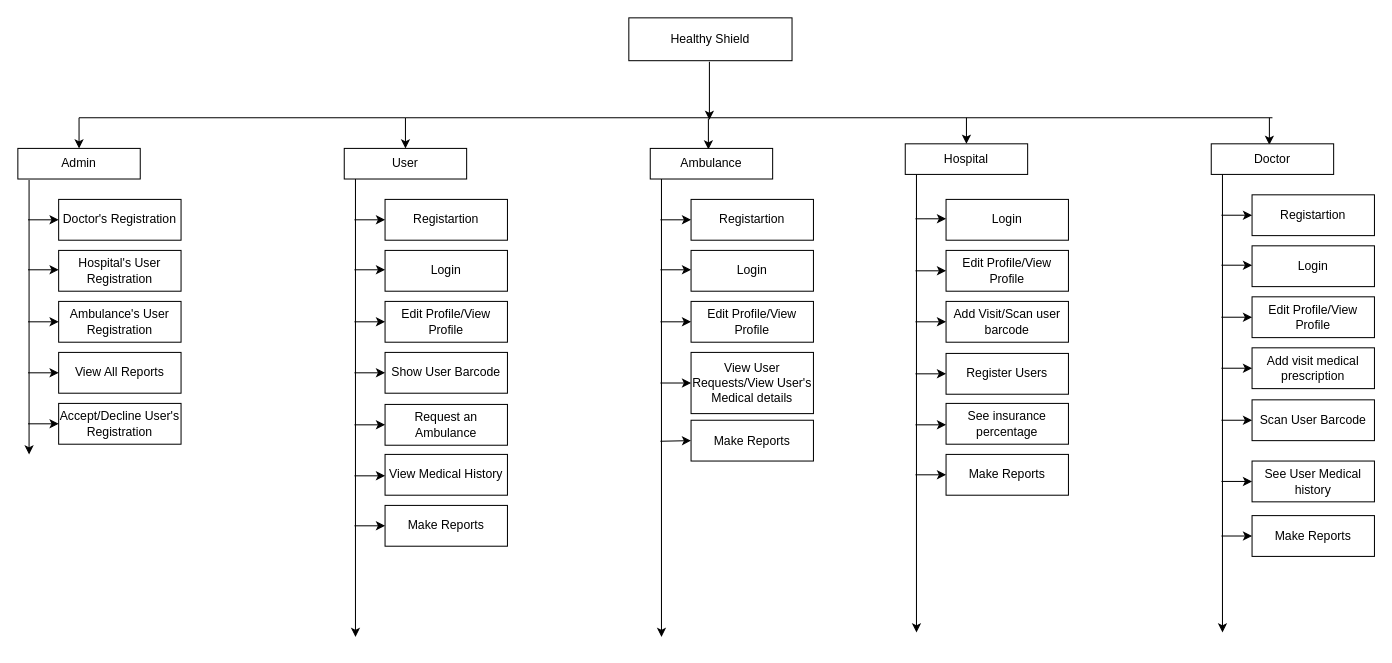
abdelrahmanbonna/Healthy_Shield_Analysis keeps this draw.io diagram as FD.drawio. Above is the earlier version. Source tidied: cells renumbered, new cells numbered last; positions are measured from the earlier drawing's top-left corner, leaving out a move shared by most shapes. Both pictures are drawn from the tidied source at 102%, with x=0, y=0 at pixel (17, 17).
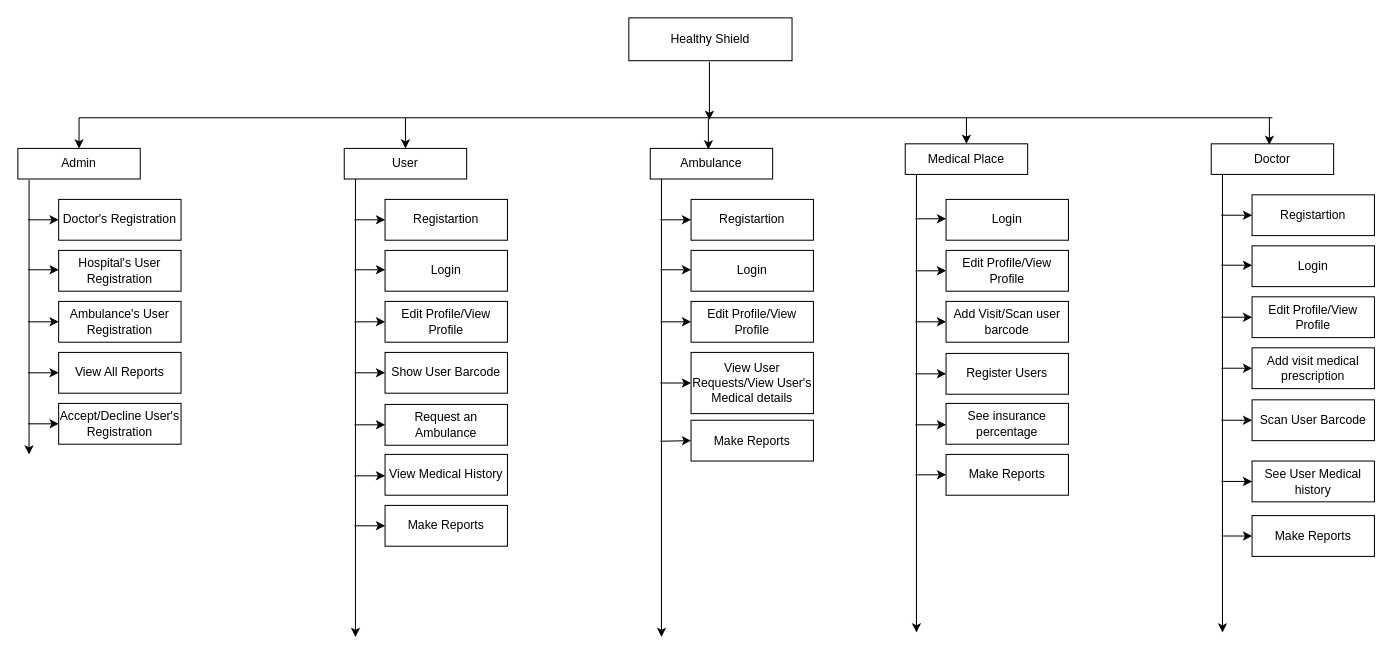
Above is the later version.

What changed in the source:
```diff
@@
-    <mxCell id="48" value="Hospital" style="rounded=0;whiteSpace=wrap;html=1;" parent="1" vertex="1">
+    <mxCell id="48" value="Medical Place" style="rounded=0;whiteSpace=wrap;html=1;" parent="1" vertex="1">
       <mxGeometry x="870" y="123.5" width="120" height="30" as="geometry" />
     </mxCell>
```
